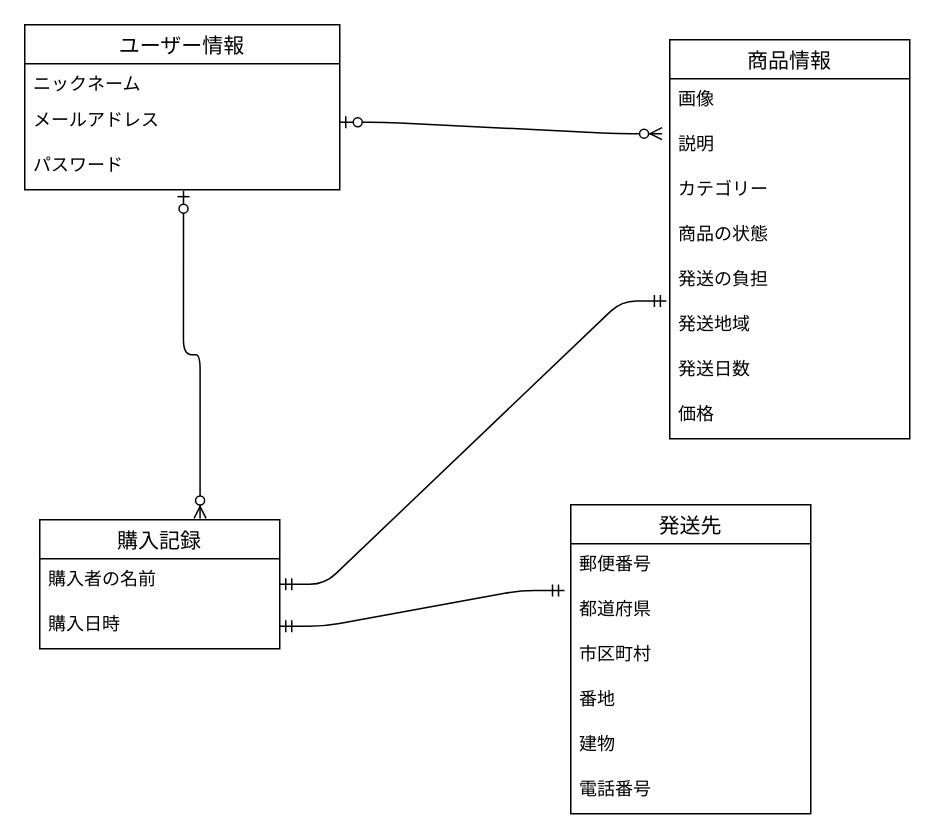
This is E R.dio from kenzaki777/furima-39161, a draw.io file, before an edit. Source tidied: cells renumbered, new cells numbered last; positions are measured from the earlier drawing's top-left corner, leaving out a move shared by most shapes. Both pictures are drawn from the tidied source at 150%, with x=0, y=0 at pixel (24, 24).
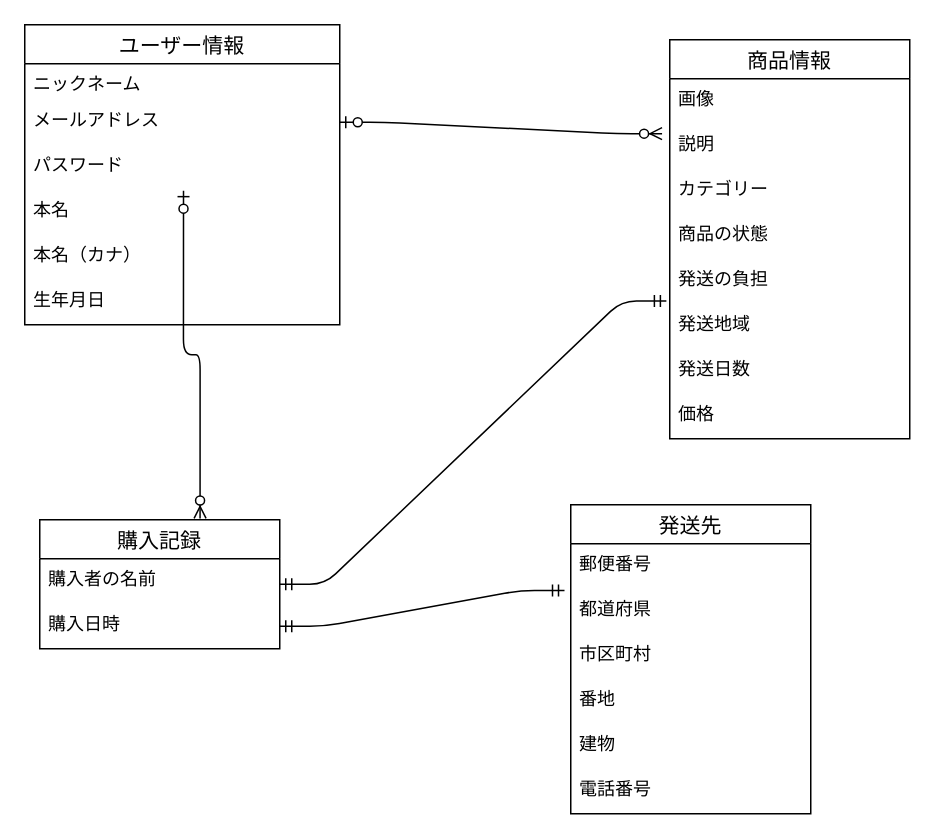
The same page after the edit.

Commit message (it also covers changes not shown here):
テーブル修正

Change to the diagram source:
```diff
@@
     <mxCell id="2" value="ユーザー情報" style="swimlane;fontStyle=0;horizontal=1;startSize=26;align=center;fontSize=14;" parent="1" vertex="1">
-      <mxGeometry width="210" height="110" as="geometry" />
+      <mxGeometry width="210" height="200" as="geometry" />
     </mxCell>
@@
+    <mxCell id="29" value="本名" style="text;strokeColor=none;fillColor=none;spacingLeft=4;spacingRight=4;overflow=hidden;fontSize=12;" parent="2" vertex="1">
+      <mxGeometry y="110" width="210" height="30" as="geometry" />
+    </mxCell>
+    <mxCell id="30" value="本名（カナ）" style="text;strokeColor=none;fillColor=none;spacingLeft=4;spacingRight=4;overflow=hidden;fontSize=12;" parent="2" vertex="1">
+      <mxGeometry y="140" width="210" height="30" as="geometry" />
+    </mxCell>
+    <mxCell id="31" value="生年月日" style="text;strokeColor=none;fillColor=none;spacingLeft=4;spacingRight=4;overflow=hidden;fontSize=12;" parent="2" vertex="1">
+      <mxGeometry y="170" width="210" height="30" as="geometry" />
+    </mxCell>
```
